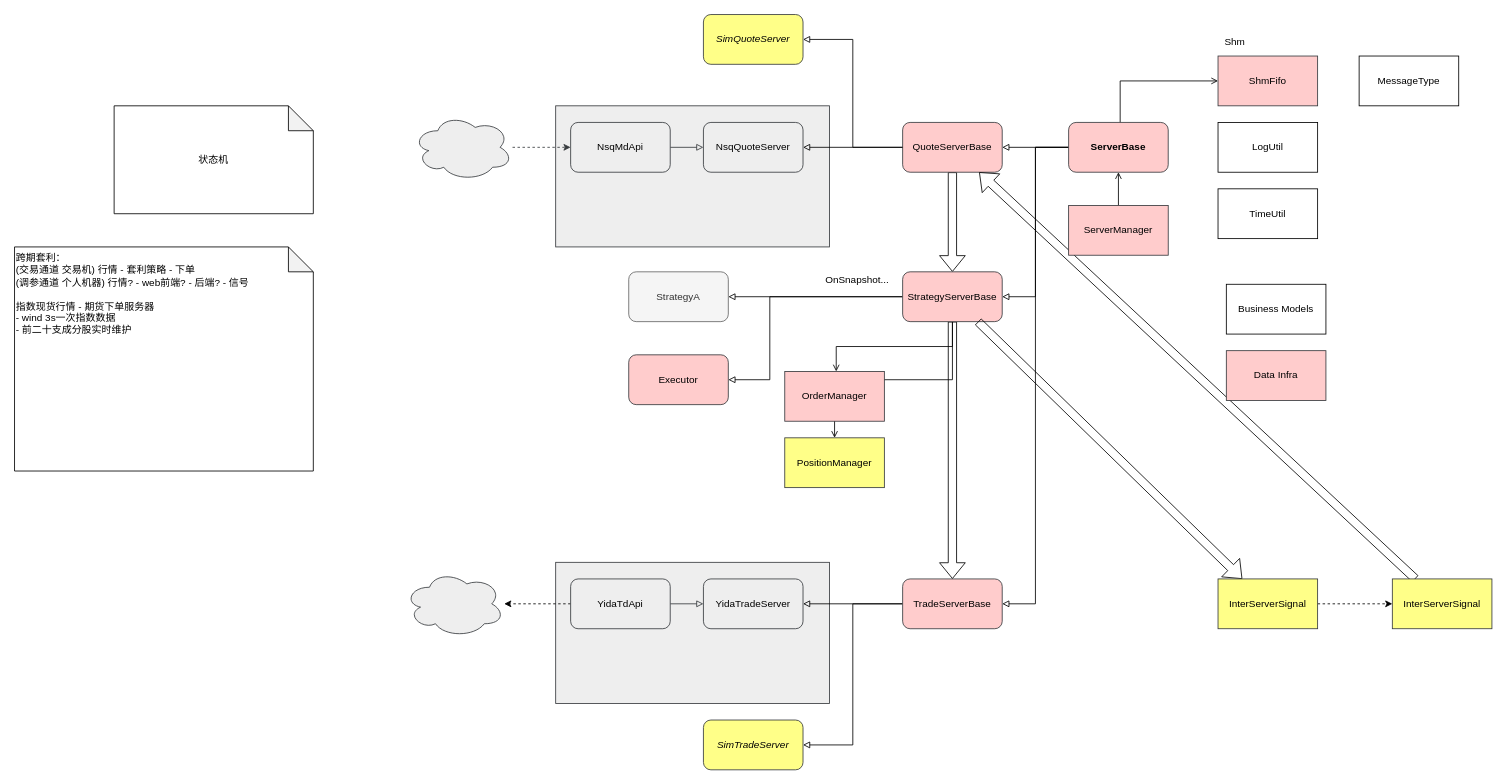
mistyeye11/drawio keeps this draw.io diagram as page "Framework" (1 of 2) of hft_framework.drawio. Above is the earlier version. Source tidied: cells renumbered, new cells numbered last; positions are measured from the earlier drawing's top-left corner, leaving out a move shared by most shapes. Both pictures are drawn from the tidied source at 83%, with x=0, y=0 at pixel (14, 14).
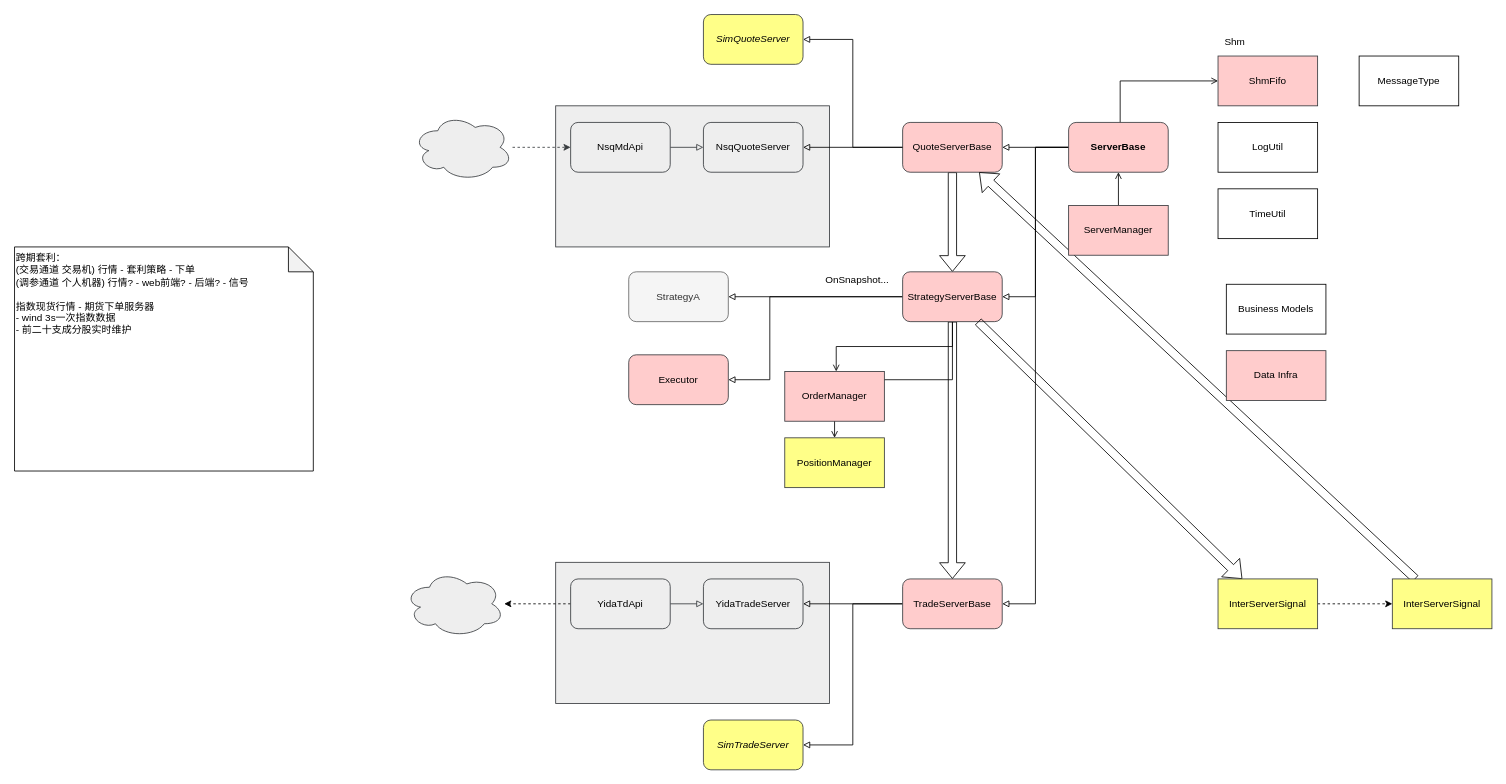
Above is the later version.

The edit, as a diff of the source:
```diff
@@
-    <mxCell id="54" value="状态机" style="shape=note;whiteSpace=wrap;html=1;backgroundOutline=1;darkOpacity=0.05;" parent="1" vertex="1">
-      <mxGeometry x="120" y="110" width="240" height="130" as="geometry" />
-    </mxCell>
```
